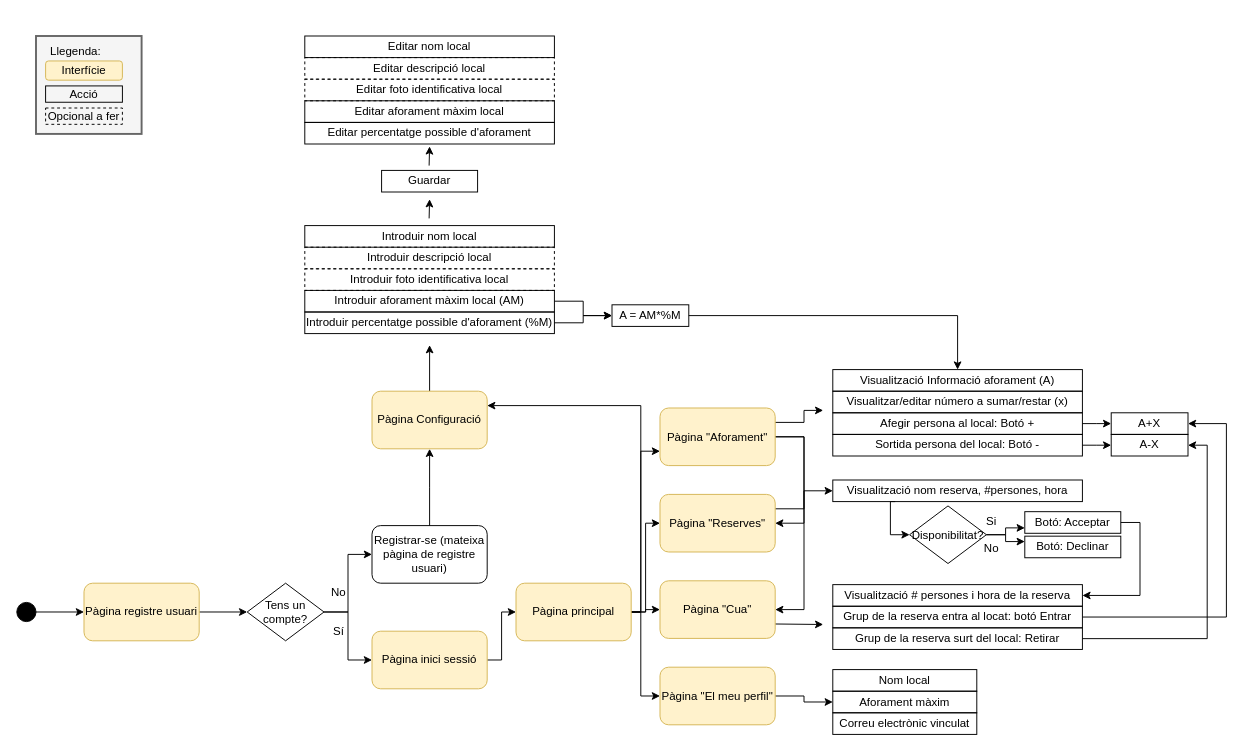
This is Sinedie.drawio from laurasistach/sinedie, a draw.io file, before an edit. Source tidied: cells renumbered, new cells numbered last; positions are measured from the earlier drawing's top-left corner, leaving out a move shared by most shapes. Both pictures are drawn from the tidied source at 96%, with x=0, y=0 at pixel (16, 36).
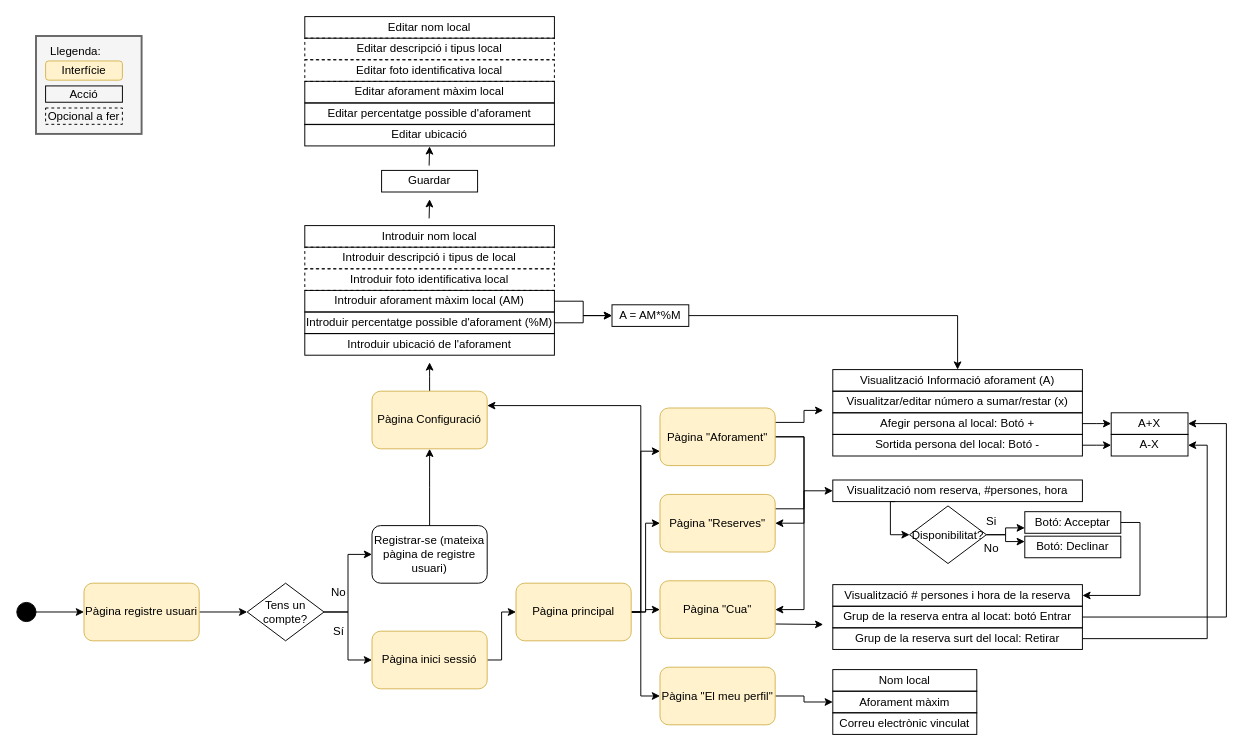
Above is the later version.

The change refers to these unchanged cells:
```xml
<mxCell id="13" value="Pàgina Configuració" style="rounded=1;whiteSpace=wrap;html=1;fillColor=#fff2cc;strokeColor=#d6b656;" parent="1" vertex="1">
  <mxGeometry x="370" y="370" width="120" height="60" as="geometry" />
</mxCell>
```

The edit, as a diff of the source:
```diff
@@
-    <mxCell id="12" style="edgeStyle=elbowEdgeStyle;rounded=0;jettySize=auto;html=1;entryX=0.462;entryY=1.089;entryDx=0;entryDy=0;entryPerimeter=0;" parent="1" edge="1" source="13">
+    <mxCell id="12" style="edgeStyle=elbowEdgeStyle;rounded=0;jettySize=auto;html=1;" parent="1" edge="1" source="13">
       <mxGeometry relative="1" as="geometry">
-        <mxPoint x="430.1" y="322" as="targetPoint" />
+        <mxPoint x="430" y="340" as="targetPoint" />
       </mxGeometry>
     </mxCell>
@@
-    <mxCell id="68" value="&lt;div style=&quot;text-align: left&quot;&gt;Introduir descripció local&lt;/div&gt;" style="rounded=1;whiteSpace=wrap;html=1;fillColor=none;arcSize=0;dashed=1;" parent="1" vertex="1">
+    <mxCell id="68" value="&lt;div style=&quot;text-align: left&quot;&gt;Introduir descripció i tipus de local&lt;/div&gt;" style="rounded=1;whiteSpace=wrap;html=1;fillColor=none;arcSize=0;dashed=1;" parent="1" vertex="1">
       <mxGeometry x="300" y="220" width="260" height="22.5" as="geometry" />
     </mxCell>
@@
     <mxCell id="72" value="&lt;div style=&quot;text-align: left&quot;&gt;Editar percentatge possible d'aforament&lt;/div&gt;" style="rounded=1;whiteSpace=wrap;html=1;fillColor=none;arcSize=0;" parent="1" vertex="1">
-      <mxGeometry x="300" y="90" width="260" height="22.5" as="geometry" />
+      <mxGeometry x="300" y="69.8" width="260" height="22.5" as="geometry" />
     </mxCell>
     <mxCell id="73" value="&lt;div style=&quot;text-align: left&quot;&gt;Editar aforament màxim local&lt;/div&gt;" style="rounded=1;whiteSpace=wrap;html=1;fillColor=none;arcSize=0;" parent="1" vertex="1">
-      <mxGeometry x="300" y="67.5" width="260" height="22.5" as="geometry" />
+      <mxGeometry x="300" y="47.2" width="260" height="22.5" as="geometry" />
     </mxCell>
-    <mxCell id="74" value="&lt;div style=&quot;text-align: left&quot;&gt;Editar descripció local&lt;/div&gt;" style="rounded=1;whiteSpace=wrap;html=1;fillColor=none;arcSize=0;dashed=1;" parent="1" vertex="1">
-      <mxGeometry x="300" y="22.5" width="260" height="22.5" as="geometry" />
+    <mxCell id="74" value="&lt;div style=&quot;text-align: left&quot;&gt;Editar descripció i tipus local&lt;/div&gt;" style="rounded=1;whiteSpace=wrap;html=1;fillColor=none;arcSize=0;dashed=1;" parent="1" vertex="1">
+      <mxGeometry x="300" y="2.2" width="260" height="22.5" as="geometry" />
     </mxCell>
     <mxCell id="75" value="&lt;div style=&quot;text-align: left&quot;&gt;Editar&lt;span&gt;&amp;nbsp;foto identificativa local&lt;/span&gt;&lt;/div&gt;" style="rounded=1;whiteSpace=wrap;html=1;fillColor=none;arcSize=0;dashed=1;" parent="1" vertex="1">
-      <mxGeometry x="300" y="45" width="260" height="22.5" as="geometry" />
+      <mxGeometry x="300" y="24.8" width="260" height="22.5" as="geometry" />
     </mxCell>
     <mxCell id="76" value="&lt;div style=&quot;text-align: left&quot;&gt;Editar nom local&lt;/div&gt;" style="rounded=1;whiteSpace=wrap;html=1;fillColor=none;arcSize=0;" parent="1" vertex="1">
-      <mxGeometry x="300" width="260" height="22.5" as="geometry" />
+      <mxGeometry x="300" y="-20.2" width="260" height="22.5" as="geometry" />
     </mxCell>
@@
+    <mxCell id="81" value="&lt;div style=&quot;text-align: left&quot;&gt;Introduir ubicació de l'aforament&lt;/div&gt;" style="rounded=1;whiteSpace=wrap;html=1;fillColor=none;arcSize=0;" parent="1" vertex="1">
+      <mxGeometry x="300" y="310" width="260" height="22.5" as="geometry" />
+    </mxCell>
+    <mxCell id="82" value="&lt;div style=&quot;text-align: left&quot;&gt;Editar ubicació&lt;/div&gt;" style="rounded=1;whiteSpace=wrap;html=1;fillColor=none;arcSize=0;" parent="1" vertex="1">
+      <mxGeometry x="300" y="92" width="260" height="22.5" as="geometry" />
+    </mxCell>
```
